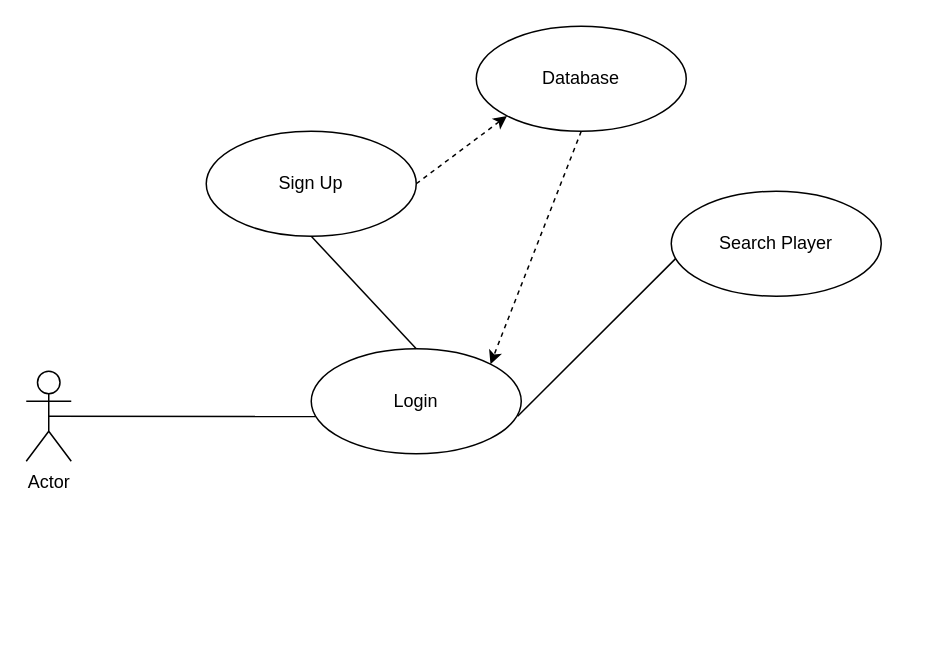
The draw.io diagram docs/diagrams/usecase/GUI.drawio.xml in ankondeadlarx/gitlab, before the edit. Source tidied: cells renumbered, new cells numbered last; positions are measured from the earlier drawing's top-left corner, leaving out a move shared by most shapes. Both pictures are drawn from the tidied source at 150%, with x=0, y=0 at pixel (26, 26).
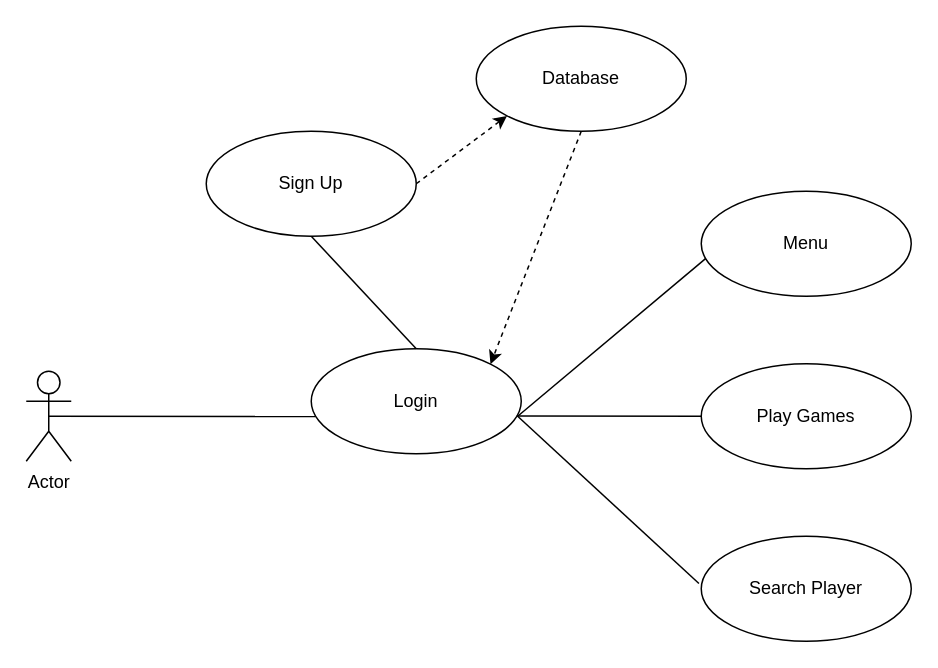
After the change.

Commit message:
Creating the draft for the use case diagram for the GUI.

Change to the diagram source:
```diff
@@
 <mxGraphModel>
   <root>
     <mxCell id="0" />
     <mxCell id="1" parent="0" />
     <mxCell id="2" value="Actor" style="shape=umlActor;verticalLabelPosition=bottom;verticalAlign=top;html=1;" parent="1" vertex="1">
       <mxGeometry y="230" width="30" height="60" as="geometry" />
     </mxCell>
     <mxCell id="3" value="Login" style="ellipse;whiteSpace=wrap;html=1;" parent="1" vertex="1">
       <mxGeometry x="190" y="215" width="140" height="70" as="geometry" />
     </mxCell>
     <mxCell id="4" value="Sign Up" style="ellipse;whiteSpace=wrap;html=1;" parent="1" vertex="1">
       <mxGeometry x="120" y="70" width="140" height="70" as="geometry" />
     </mxCell>
     <mxCell id="5" value="Database" style="ellipse;whiteSpace=wrap;html=1;" parent="1" vertex="1">
       <mxGeometry x="300" width="140" height="70" as="geometry" />
     </mxCell>
     <mxCell id="6" style="endArrow=none;html=1;rounded=0;entryX=0.021;entryY=0.645;entryDx=0;entryDy=0;entryPerimeter=0;exitX=0.5;exitY=0.5;exitDx=0;exitDy=0;exitPerimeter=0;" parent="1" edge="1" source="2" target="3">
       <mxGeometry relative="1" as="geometry" />
     </mxCell>
     <mxCell id="7" style="html=1;labelBackgroundColor=#ffffff;startArrow=none;startFill=0;startSize=6;endArrow=classic;endFill=1;endSize=6;jettySize=auto;strokeWidth=1;dashed=1;fontSize=14;rounded=0;exitX=1;exitY=0.5;exitDx=0;exitDy=0;entryX=0;entryY=1;entryDx=0;entryDy=0;" parent="1" edge="1" source="4" target="5">
       <mxGeometry relative="1" as="geometry" />
     </mxCell>
     <mxCell id="8" style="html=1;labelBackgroundColor=#ffffff;startArrow=none;startFill=0;startSize=6;endArrow=classic;endFill=1;endSize=6;jettySize=auto;strokeWidth=1;dashed=1;fontSize=14;rounded=0;exitX=0.5;exitY=1;exitDx=0;exitDy=0;entryX=1;entryY=0;entryDx=0;entryDy=0;" parent="1" edge="1" source="5" target="3">
       <mxGeometry relative="1" as="geometry" />
     </mxCell>
-    <mxCell id="9" value="Search Player" style="ellipse;whiteSpace=wrap;html=1;" parent="1" vertex="1">
-      <mxGeometry x="430" y="110" width="140" height="70" as="geometry" />
+    <mxCell id="9" value="Menu" style="ellipse;whiteSpace=wrap;html=1;" parent="1" vertex="1">
+      <mxGeometry x="450" y="110" width="140" height="70" as="geometry" />
     </mxCell>
     <mxCell id="10" style="endArrow=none;html=1;rounded=0;entryX=0.022;entryY=0.639;entryDx=0;entryDy=0;entryPerimeter=0;exitX=0.983;exitY=0.643;exitDx=0;exitDy=0;exitPerimeter=0;" parent="1" edge="1" source="3" target="9">
       <mxGeometry relative="1" as="geometry" />
     </mxCell>
     <mxCell id="11" style="endArrow=none;html=1;rounded=0;entryX=0.5;entryY=1;entryDx=0;entryDy=0;exitX=0.5;exitY=0;exitDx=0;exitDy=0;" parent="1" edge="1" source="3" target="4">
       <mxGeometry relative="1" as="geometry" />
     </mxCell>
+    <mxCell id="12" style="endArrow=none;html=1;rounded=0;exitX=0.986;exitY=0.641;exitDx=0;exitDy=0;exitPerimeter=0;entryX=0;entryY=0.5;entryDx=0;entryDy=0;entryPerimeter=0;" parent="1" edge="1" source="3" target="13">
+      <mxGeometry relative="1" as="geometry" />
+    </mxCell>
+    <mxCell id="13" value="Play Games" style="ellipse;whiteSpace=wrap;html=1;" parent="1" vertex="1">
+      <mxGeometry x="450" y="225" width="140" height="70" as="geometry" />
+    </mxCell>
+    <mxCell id="14" value="Search Player" style="ellipse;whiteSpace=wrap;html=1;" parent="1" vertex="1">
+      <mxGeometry x="450" y="340" width="140" height="70" as="geometry" />
+    </mxCell>
+    <mxCell id="15" style="endArrow=none;html=1;rounded=0;exitX=0.979;exitY=0.636;exitDx=0;exitDy=0;exitPerimeter=0;entryX=-0.011;entryY=0.45;entryDx=0;entryDy=0;entryPerimeter=0;" parent="1" edge="1" source="3" target="14">
+      <mxGeometry relative="1" as="geometry" />
+    </mxCell>
   </root>
 </mxGraphModel>
```
